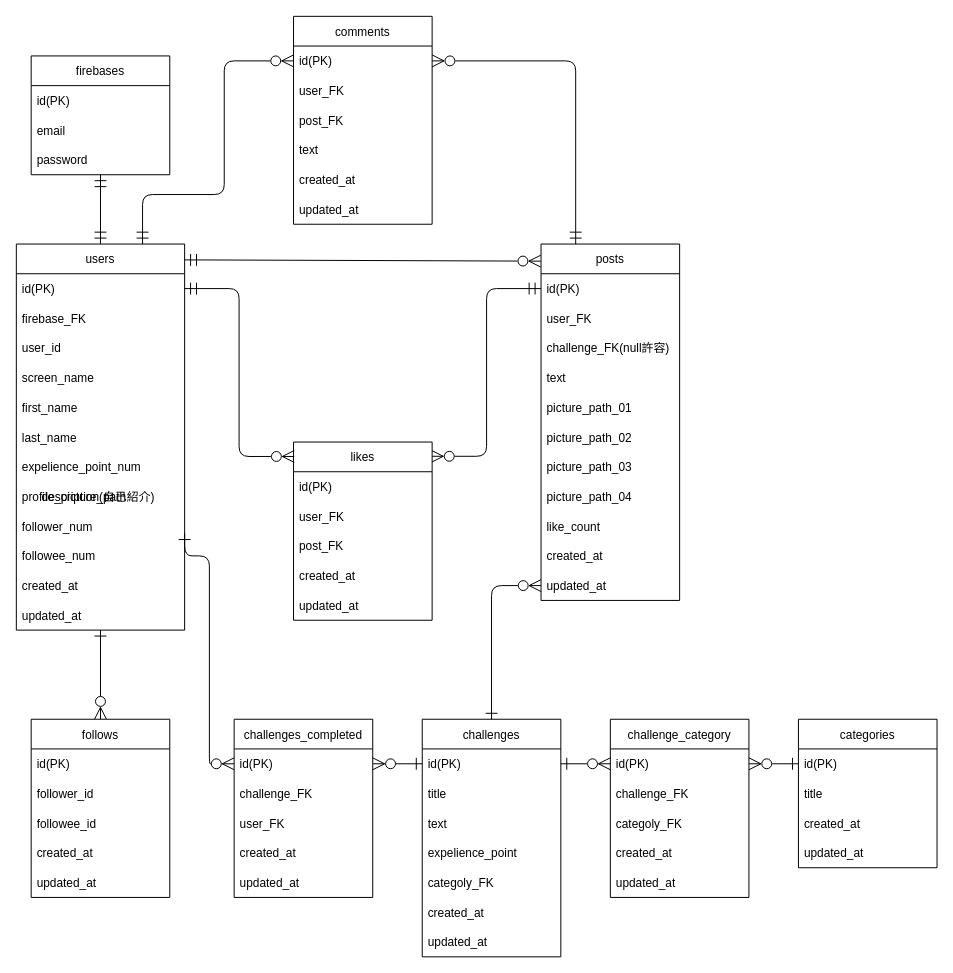
Before: ER.drawio in koki-fore/meijoHackU2022-api, a draw.io diagram. Source tidied: cells renumbered, new cells numbered last; positions are measured from the earlier drawing's top-left corner, leaving out a move shared by most shapes. Both pictures are drawn from the tidied source at 99%, with x=0, y=0 at pixel (16, 16).
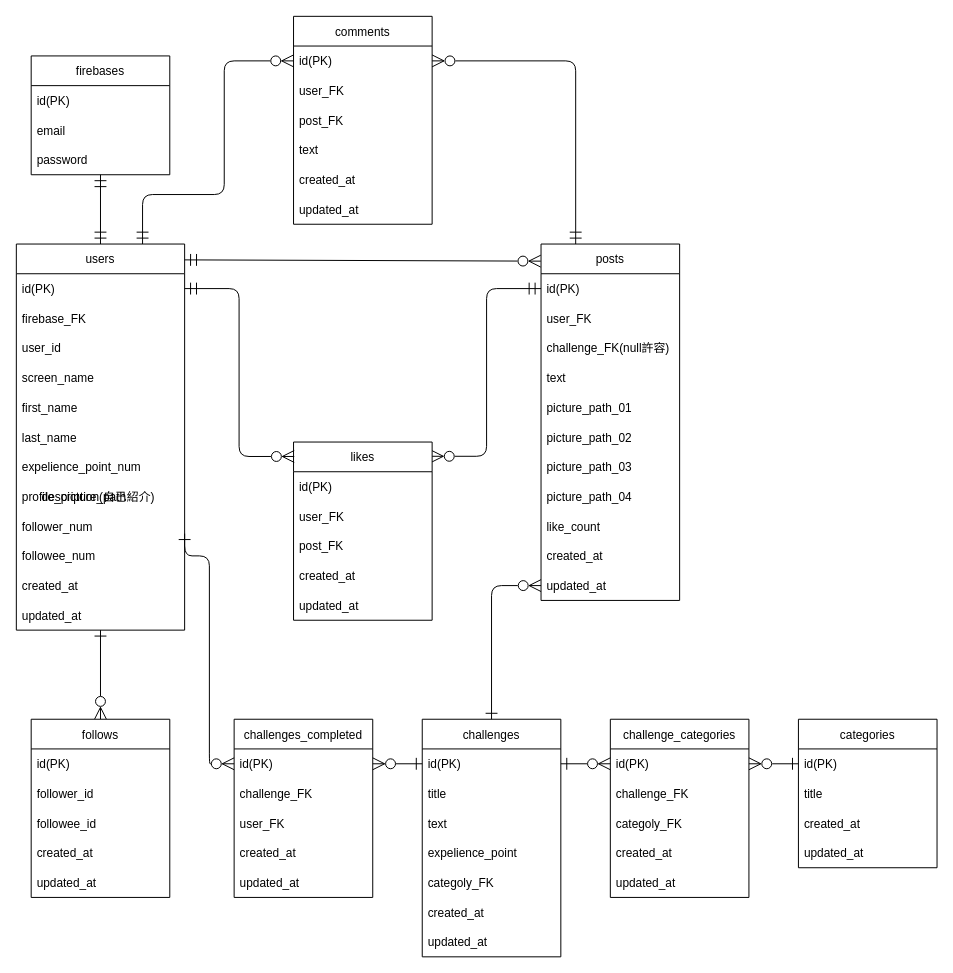
The same page after the edit.

Diff of the diagram source:
```diff
@@
-    <mxCell id="63" value="challenge_category" style="swimlane;fontStyle=0;horizontal=1;startSize=30;" parent="1" vertex="1">
+    <mxCell id="63" value="challenge_categories" style="swimlane;fontStyle=0;horizontal=1;startSize=30;" parent="1" vertex="1">
       <mxGeometry x="600" y="710" width="140" height="180" as="geometry" />
     </mxCell>
```
